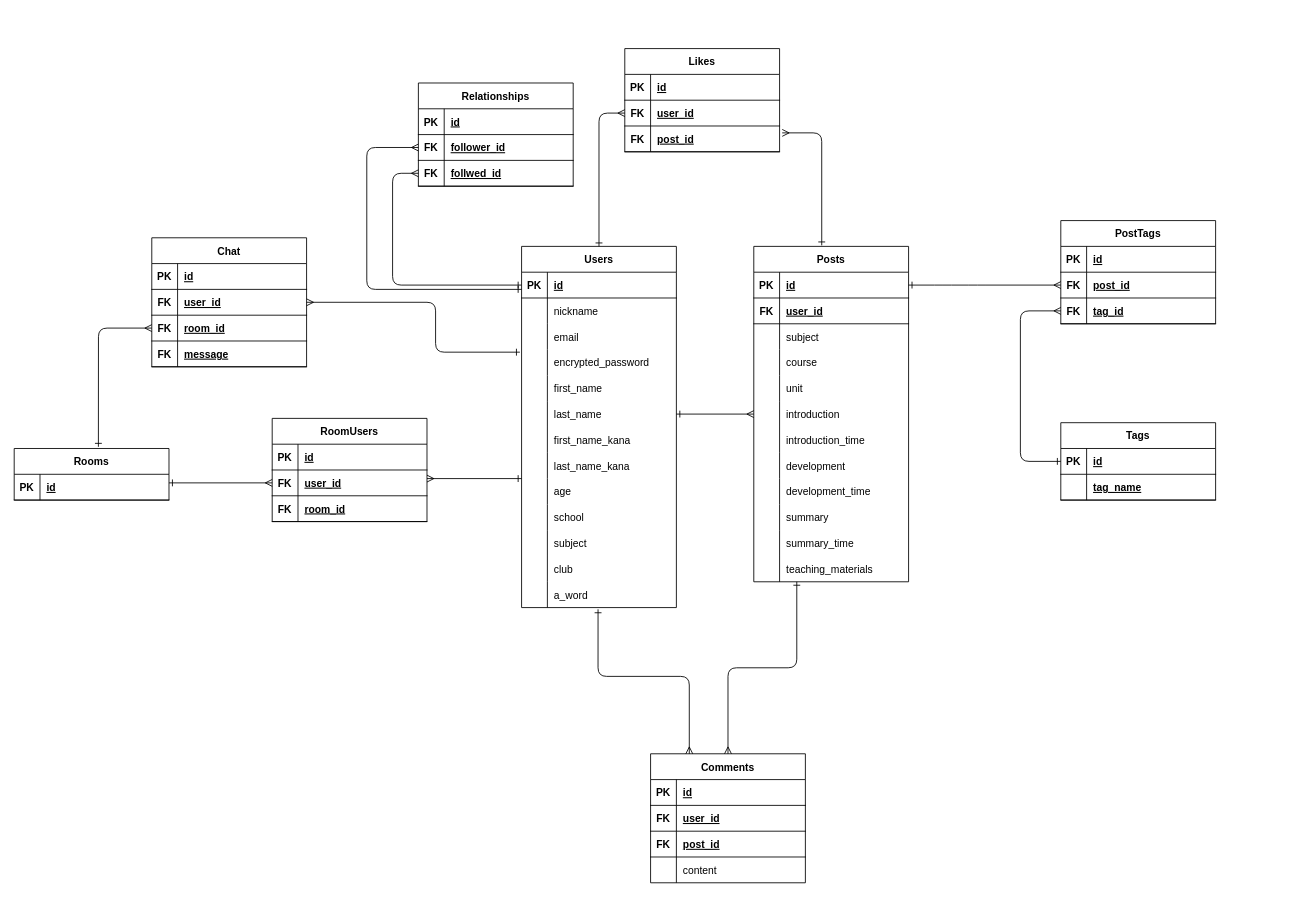
Earlier version of the draw.io diagram kyoyu.dio (honda-gentuki/kyoyu). Source tidied: cells renumbered, new cells numbered last; positions are measured from the earlier drawing's top-left corner, leaving out a move shared by most shapes. Both pictures are drawn from the tidied source at 86%, with x=0, y=0 at pixel (14, 48).
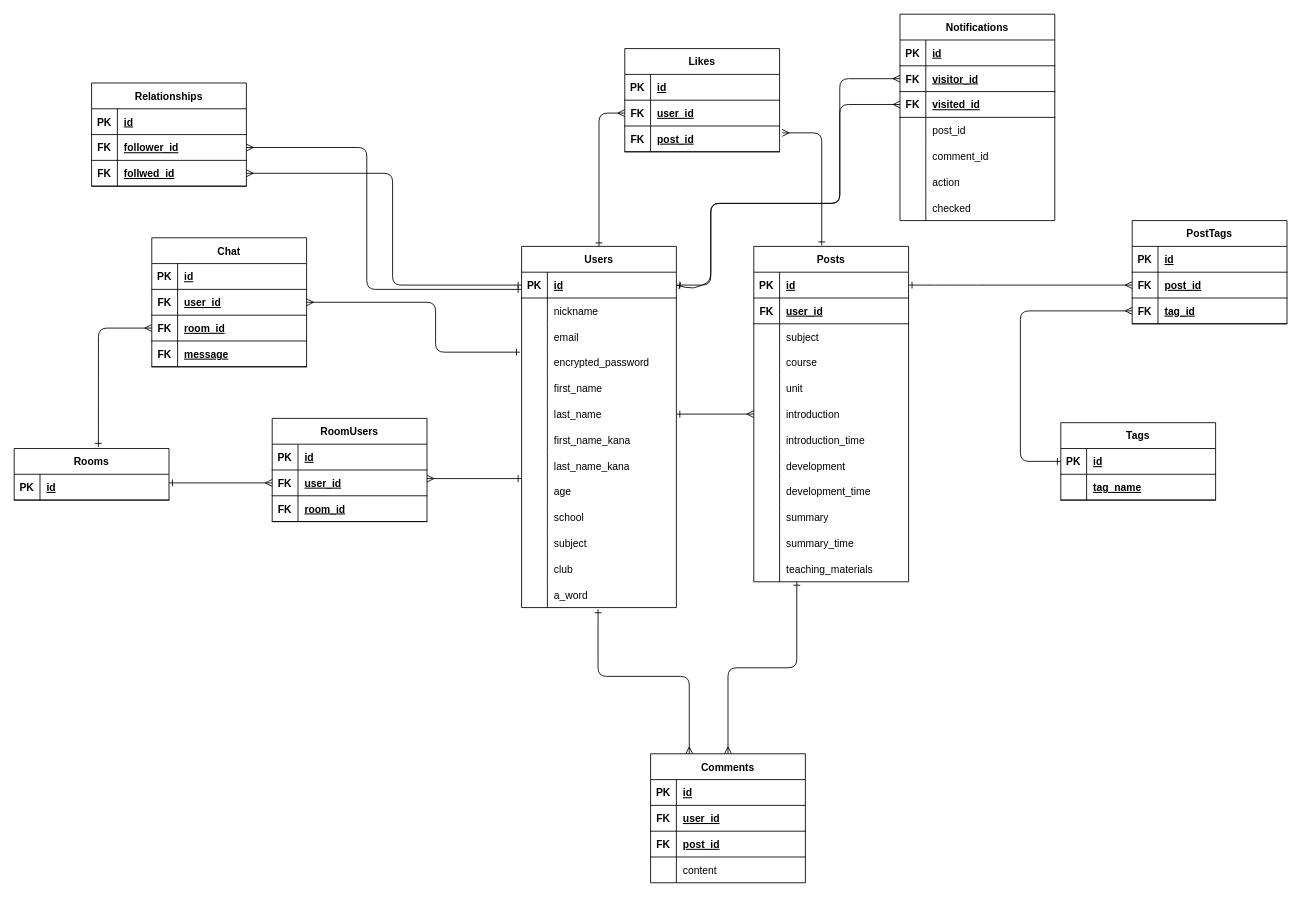
Above is the later version.

Commit message (it also covers changes not shown here):
通知テーブルの作成

Unchanged cells that the change refers to:
```xml
<mxCell id="3" style="shape=partialRectangle;fillColor=none;top=0;left=0;bottom=1;right=0;points=[[0,0.5],[1,0.5]];portConstraint=eastwest;" parent="2" vertex="1">
  <mxGeometry y="30" width="180" height="30" as="geometry" />
</mxCell>
<mxCell id="111" style="shape=partialRectangle;fillColor=none;top=0;left=0;bottom=1;right=0;points=[[0,0.5],[1,0.5]];portConstraint=eastwest;" parent="107" vertex="1">
  <mxGeometry y="60" width="180" height="30" as="geometry" />
</mxCell>
<mxCell id="114" style="shape=partialRectangle;fillColor=none;top=0;left=0;bottom=1;right=0;points=[[0,0.5],[1,0.5]];portConstraint=eastwest;" parent="107" vertex="1">
  <mxGeometry y="90" width="180" height="30" as="geometry" />
</mxCell>
```

The edit, as a diff of the source:
```diff
@@
     <mxCell id="107" value="Relationships" style="shape=table;startSize=30;childLayout=tableLayout;rowLines=0;fontStyle=1;align=center;" parent="1" vertex="1">
-      <mxGeometry x="470" y="40" width="180" height="120" as="geometry" />
+      <mxGeometry x="90" y="40" width="180" height="120" as="geometry" />
     </mxCell>
@@
-    <mxCell id="144" style="fontSize=12;html=1;endArrow=ERmany;startArrow=ERone;startFill=0;exitX=0;exitY=0.5;exitDx=0;exitDy=0;entryX=0;entryY=0.5;entryDx=0;entryDy=0;" parent="1" edge="1" source="3" target="114">
+    <mxCell id="144" style="fontSize=12;html=1;endArrow=ERmany;startArrow=ERone;startFill=0;exitX=0;exitY=0.5;exitDx=0;exitDy=0;" parent="1" edge="1" source="3">
       <mxGeometry relative="1" as="geometry">
+        <mxPoint x="270" y="145" as="targetPoint" />
         <Array as="points">
           <mxPoint x="440" y="275" />
           <mxPoint x="440" y="145" />
         </Array>
       </mxGeometry>
     </mxCell>
-    <mxCell id="145" style="fontSize=12;html=1;endArrow=ERmany;startArrow=ERone;startFill=0;exitX=0;exitY=0.5;exitDx=0;exitDy=0;entryX=0;entryY=0.5;entryDx=0;entryDy=0;" parent="1" edge="1" target="111">
+    <mxCell id="145" style="fontSize=12;html=1;endArrow=ERmany;startArrow=ERone;startFill=0;exitX=0;exitY=0.5;exitDx=0;exitDy=0;entryX=1;entryY=0.5;entryDx=0;entryDy=0;" parent="1" edge="1" target="111">
       <mxGeometry relative="1" as="geometry">
         <mxPoint x="590" y="280" as="sourcePoint" />
         <Array as="points">
           <mxPoint x="410" y="280" />
           <mxPoint x="410" y="115" />
         </Array>
       </mxGeometry>
     </mxCell>
@@
     <mxCell id="150" value="PostTags" style="shape=table;startSize=30;childLayout=tableLayout;rowLines=0;fontStyle=1;align=center;" parent="1" vertex="1">
-      <mxGeometry x="1217" y="200" width="180" height="120" as="geometry" />
+      <mxGeometry x="1300" y="200" width="180" height="120" as="geometry" />
     </mxCell>
@@
+    <mxCell id="169" value="Notifications" style="shape=table;startSize=30;childLayout=tableLayout;rowLines=0;fontStyle=1;align=center;" parent="1" vertex="1">
+      <mxGeometry x="1030" y="-40" width="180" height="240" as="geometry" />
+    </mxCell>
+    <mxCell id="170" style="shape=partialRectangle;fillColor=none;top=0;left=0;bottom=1;right=0;" parent="169" vertex="1">
+      <mxGeometry y="30" width="180" height="30" as="geometry" />
+    </mxCell>
+    <mxCell id="171" value="PK" style="shape=partialRectangle;fillColor=none;top=0;left=0;bottom=0;right=0;fontStyle=1;overflow=hidden;" parent="170" vertex="1">
+      <mxGeometry width="30" height="30" as="geometry" />
+    </mxCell>
+    <mxCell id="172" value="id" style="shape=partialRectangle;fillColor=none;top=0;left=0;bottom=0;right=0;align=left;spacingLeft=6;fontStyle=5;overflow=hidden;" parent="170" vertex="1">
+      <mxGeometry x="30" width="150" height="30" as="geometry" />
+    </mxCell>
+    <mxCell id="173" style="shape=partialRectangle;fillColor=none;top=0;left=0;bottom=1;right=0;points=[[0,0.5],[1,0.5]];portConstraint=eastwest;" parent="169" vertex="1">
+      <mxGeometry y="60" width="180" height="30" as="geometry" />
+    </mxCell>
+    <mxCell id="174" value="FK" style="shape=partialRectangle;fillColor=none;top=0;left=0;bottom=0;right=0;fontStyle=1;overflow=hidden;" parent="173" vertex="1">
+      <mxGeometry width="30" height="30" as="geometry" />
+    </mxCell>
+    <mxCell id="175" value="visitor_id" style="shape=partialRectangle;fillColor=none;top=0;left=0;bottom=0;right=0;align=left;spacingLeft=6;fontStyle=5;overflow=hidden;" parent="173" vertex="1">
+      <mxGeometry x="30" width="150" height="30" as="geometry" />
+    </mxCell>
+    <mxCell id="176" style="shape=partialRectangle;fillColor=none;top=0;left=0;bottom=1;right=0;points=[[0,0.5],[1,0.5]];portConstraint=eastwest;" parent="169" vertex="1">
+      <mxGeometry y="90" width="180" height="30" as="geometry" />
+    </mxCell>
+    <mxCell id="177" value="FK" style="shape=partialRectangle;fillColor=none;top=0;left=0;bottom=0;right=0;fontStyle=1;overflow=hidden;" parent="176" vertex="1">
+      <mxGeometry width="30" height="30" as="geometry" />
+    </mxCell>
+    <mxCell id="178" value="visited_id" style="shape=partialRectangle;fillColor=none;top=0;left=0;bottom=0;right=0;align=left;spacingLeft=6;fontStyle=5;overflow=hidden;" parent="176" vertex="1">
+      <mxGeometry x="30" width="150" height="30" as="geometry" />
+    </mxCell>
+    <mxCell id="179" style="shape=partialRectangle;fillColor=none;top=0;left=0;bottom=0;right=0;" parent="169" vertex="1">
+      <mxGeometry y="120" width="180" height="30" as="geometry" />
+    </mxCell>
+    <mxCell id="180" style="shape=partialRectangle;fillColor=none;top=0;left=0;bottom=0;right=0;overflow=hidden;" parent="179" vertex="1">
+      <mxGeometry width="30" height="30" as="geometry" />
+    </mxCell>
+    <mxCell id="181" value="post_id" style="shape=partialRectangle;fillColor=none;top=0;left=0;bottom=0;right=0;align=left;spacingLeft=6;overflow=hidden;" parent="179" vertex="1">
+      <mxGeometry x="30" width="150" height="30" as="geometry" />
+    </mxCell>
+    <mxCell id="182" style="shape=partialRectangle;fillColor=none;top=0;left=0;bottom=0;right=0;" parent="169" vertex="1">
+      <mxGeometry y="150" width="180" height="30" as="geometry" />
+    </mxCell>
+    <mxCell id="183" style="shape=partialRectangle;fillColor=none;top=0;left=0;bottom=0;right=0;overflow=hidden;" parent="182" vertex="1">
+      <mxGeometry width="30" height="30" as="geometry" />
+    </mxCell>
+    <mxCell id="184" value="comment_id" style="shape=partialRectangle;fillColor=none;top=0;left=0;bottom=0;right=0;align=left;spacingLeft=6;overflow=hidden;" parent="182" vertex="1">
+      <mxGeometry x="30" width="150" height="30" as="geometry" />
+    </mxCell>
+    <mxCell id="185" style="shape=partialRectangle;fillColor=none;top=0;left=0;bottom=0;right=0;" parent="169" vertex="1">
+      <mxGeometry y="180" width="180" height="30" as="geometry" />
+    </mxCell>
+    <mxCell id="186" style="shape=partialRectangle;fillColor=none;top=0;left=0;bottom=0;right=0;overflow=hidden;" parent="185" vertex="1">
+      <mxGeometry width="30" height="30" as="geometry" />
+    </mxCell>
+    <mxCell id="187" value="action" style="shape=partialRectangle;fillColor=none;top=0;left=0;bottom=0;right=0;align=left;spacingLeft=6;overflow=hidden;" parent="185" vertex="1">
+      <mxGeometry x="30" width="150" height="30" as="geometry" />
+    </mxCell>
+    <mxCell id="188" style="shape=partialRectangle;fillColor=none;top=0;left=0;bottom=0;right=0;" parent="169" vertex="1">
+      <mxGeometry y="210" width="180" height="30" as="geometry" />
+    </mxCell>
+    <mxCell id="189" style="shape=partialRectangle;fillColor=none;top=0;left=0;bottom=0;right=0;overflow=hidden;" parent="188" vertex="1">
+      <mxGeometry width="30" height="30" as="geometry" />
+    </mxCell>
+    <mxCell id="190" value="checked" style="shape=partialRectangle;fillColor=none;top=0;left=0;bottom=0;right=0;align=left;spacingLeft=6;overflow=hidden;" parent="188" vertex="1">
+      <mxGeometry x="30" width="150" height="30" as="geometry" />
+    </mxCell>
+    <mxCell id="191" style="fontSize=12;html=1;endArrow=ERmany;startArrow=ERone;startFill=0;exitX=1;exitY=0.5;exitDx=0;exitDy=0;entryX=0;entryY=0.5;entryDx=0;entryDy=0;" parent="1" edge="1" source="3" target="173">
+      <mxGeometry relative="1" as="geometry">
+        <Array as="points">
+          <mxPoint x="810" y="275" />
+          <mxPoint x="810" y="180" />
+          <mxPoint x="960" y="180" />
+          <mxPoint x="960" y="35" />
+        </Array>
+      </mxGeometry>
+    </mxCell>
+    <mxCell id="192" style="fontSize=12;html=1;endArrow=ERmany;startArrow=ERone;startFill=0;exitX=1;exitY=0.5;exitDx=0;exitDy=0;entryX=0;entryY=0.5;entryDx=0;entryDy=0;" parent="1" edge="1" source="3" target="176">
+      <mxGeometry relative="1" as="geometry">
+        <Array as="points">
+          <mxPoint x="790" y="280" />
+          <mxPoint x="810" y="270" />
+          <mxPoint x="810" y="180" />
+          <mxPoint x="960" y="180" />
+          <mxPoint x="960" y="65" />
+        </Array>
+      </mxGeometry>
+    </mxCell>
```
